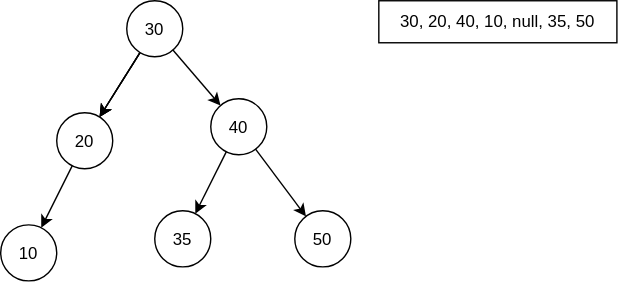
Above: База/Структуры данных/2. Быстро находить данные и проверять условия/2.3. Проверять принадлежность и уникальность/Множество (Set)/binary-tree.drawio.svg in kosukhin/catalog (draw.io), before the change. Source tidied: cells renumbered, new cells last; positions are measured from the earlier drawing's top-left corner, leaving out a move shared by most shapes.
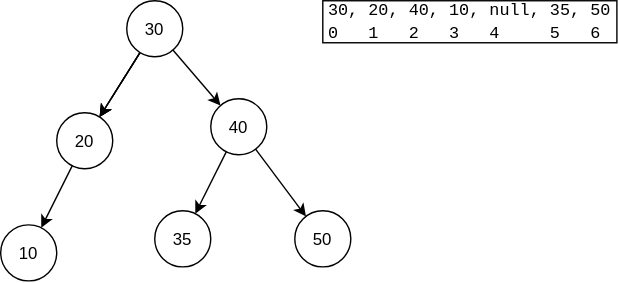
After the commit.

The edit, as a diff of the source:
```diff
@@ -41,8 +41,8 @@
     <mxCell id="14" value="10&lt;div&gt;&lt;br/&gt;&lt;/div&gt;" style="ellipse;whiteSpace=wrap;html=1;shapeInside=1;" parent="1" vertex="1">
       <mxGeometry y="160" width="40" height="40" as="geometry" />
     </mxCell>
-    <mxCell id="15" value="30, 20, 40, 10, null, 35, 50" style="rounded=0;whiteSpace=wrap;html=1;" parent="1" vertex="1">
-      <mxGeometry x="270" width="170" height="30" as="geometry" />
+    <mxCell id="15" value="&lt;font face=&quot;Courier New&quot;&gt;30, 20, 40, 10, null, 35, 50&lt;/font&gt;&lt;div style=&quot;text-align: left;&quot;&gt;&lt;font face=&quot;Courier New&quot;&gt;0&amp;nbsp; &amp;nbsp;1&amp;nbsp; &amp;nbsp;2&amp;nbsp; &amp;nbsp;3&amp;nbsp; &amp;nbsp;4&amp;nbsp; &amp;nbsp; &amp;nbsp;5&amp;nbsp; &amp;nbsp;6&lt;/font&gt;&lt;/div&gt;" style="rounded=0;whiteSpace=wrap;html=1;" parent="1" vertex="1">
+      <mxGeometry x="230" width="210" height="30" as="geometry" />
     </mxCell>
   </root>
 </mxGraphModel>
```
